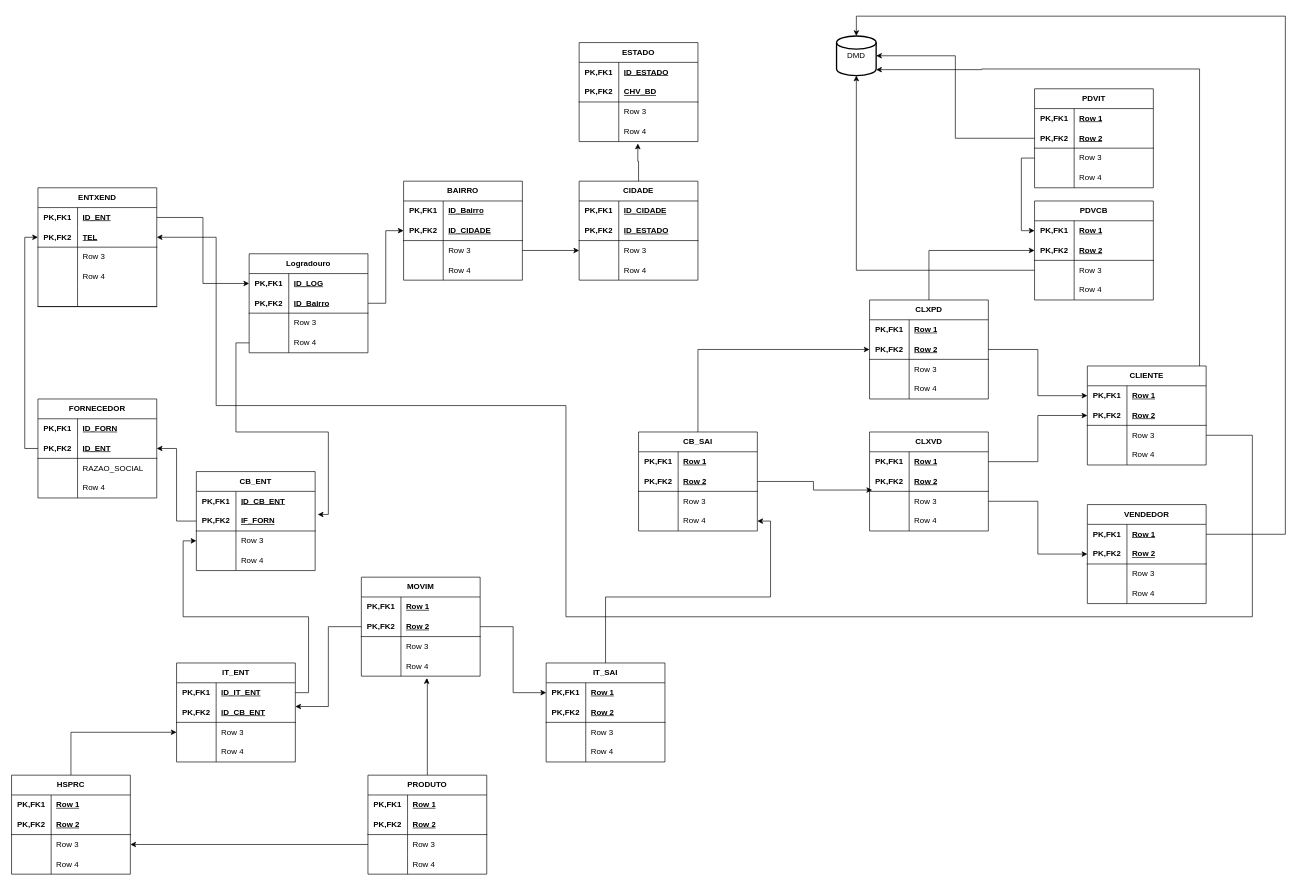
Earlier version of the draw.io diagram UML/MER.drawio (HelenaNascimento/ControleBrind). Source tidied: cells renumbered, new cells numbered last; positions are measured from the earlier drawing's top-left corner, leaving out a move shared by most shapes. Both pictures are drawn from the tidied source at 66%, with x=0, y=0 at pixel (11, 16).
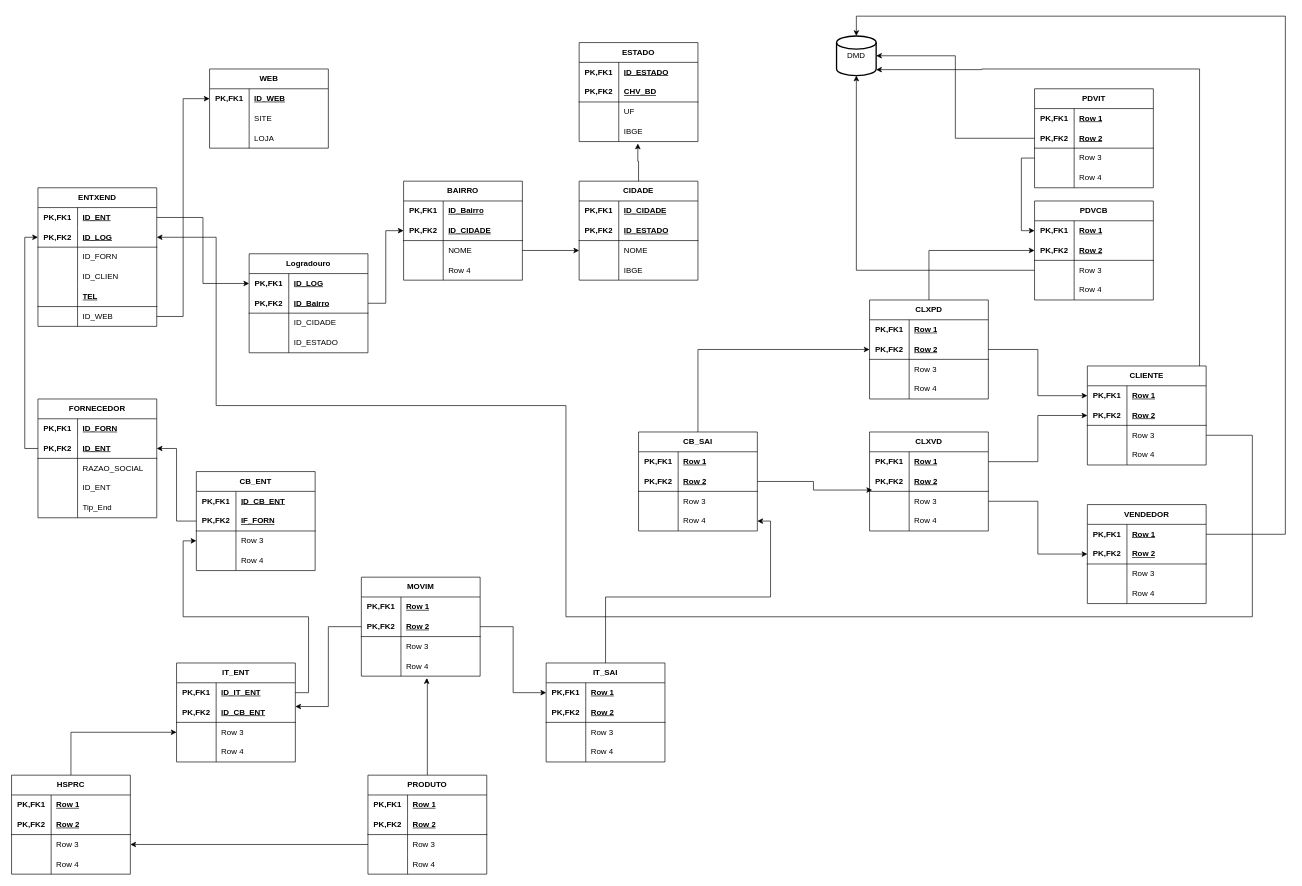
The same page after the edit.

The change refers to these unchanged cells:
```xml
<mxCell id="13" style="shape=tableRow;horizontal=0;startSize=0;swimlaneHead=0;swimlaneBody=0;fillColor=none;top=0;left=0;right=0;bottom=0;html=1;" parent="3" vertex="1">
  <mxGeometry y="120" width="180" height="30" as="geometry" />
</mxCell>
<mxCell id="60" style="shape=tableRow;horizontal=0;startSize=0;swimlaneHead=0;swimlaneBody=0;fillColor=none;points=[[0,0.5],[1,0.5]];portConstraint=eastwest;top=0;left=0;right=0;bottom=1;html=1;" parent="56" vertex="1">
  <mxGeometry y="60" width="180" height="30" as="geometry" />
</mxCell>
<mxCell id="211" style="shape=tableRow;horizontal=0;startSize=0;swimlaneHead=0;swimlaneBody=0;fillColor=none;points=[[0,0.5],[1,0.5]];portConstraint=eastwest;top=0;left=0;right=0;bottom=0;html=1;" parent="204" vertex="1">
  <mxGeometry y="90" width="180" height="30" as="geometry" />
</mxCell>
<mxCell id="224" style="shape=tableRow;horizontal=0;startSize=0;swimlaneHead=0;swimlaneBody=0;fillColor=none;points=[[0,0.5],[1,0.5]];portConstraint=eastwest;top=0;left=0;right=0;bottom=0;html=1;" parent="217" vertex="1">
  <mxGeometry y="90" width="180" height="30" as="geometry" />
</mxCell>
<mxCell id="227" style="shape=tableRow;horizontal=0;startSize=0;swimlaneHead=0;swimlaneBody=0;fillColor=none;top=0;left=0;right=0;bottom=0;html=1;" parent="217" vertex="1">
  <mxGeometry y="120" width="180" height="30" as="geometry" />
</mxCell>
<mxCell id="237" style="shape=tableRow;horizontal=0;startSize=0;swimlaneHead=0;swimlaneBody=0;fillColor=none;top=0;left=0;right=0;bottom=0;html=1;" parent="230" vertex="1">
  <mxGeometry y="90" width="180" height="30" as="geometry" />
</mxCell>
<mxCell id="240" style="shape=tableRow;horizontal=0;startSize=0;swimlaneHead=0;swimlaneBody=0;fillColor=none;points=[[0,0.5],[1,0.5]];portConstraint=eastwest;top=0;left=0;right=0;bottom=0;html=1;" parent="230" vertex="1">
  <mxGeometry y="120" width="180" height="30" as="geometry" />
</mxCell>
<mxCell id="252" style="shape=tableRow;horizontal=0;startSize=0;swimlaneHead=0;swimlaneBody=0;fillColor=none;top=0;left=0;right=0;bottom=0;html=1;" parent="245" vertex="1">
  <mxGeometry y="90" width="180" height="30" as="geometry" />
</mxCell>
<mxCell id="255" style="shape=tableRow;horizontal=0;startSize=0;swimlaneHead=0;swimlaneBody=0;fillColor=none;points=[[0,0.5],[1,0.5]];portConstraint=eastwest;top=0;left=0;right=0;bottom=0;html=1;" parent="245" vertex="1">
  <mxGeometry y="120" width="180" height="30" as="geometry" />
</mxCell>
<mxCell id="267" style="shape=tableRow;horizontal=0;startSize=0;swimlaneHead=0;swimlaneBody=0;fillColor=none;points=[[0,0.5],[1,0.5]];portConstraint=eastwest;top=0;left=0;right=0;bottom=1;html=1;" parent="263" vertex="1">
  <mxGeometry y="60" width="180" height="30" as="geometry" />
</mxCell>
<mxCell id="270" style="shape=tableRow;horizontal=0;startSize=0;swimlaneHead=0;swimlaneBody=0;fillColor=none;top=0;left=0;right=0;bottom=0;html=1;" parent="263" vertex="1">
  <mxGeometry y="90" width="180" height="30" as="geometry" />
</mxCell>
<mxCell id="273" style="shape=tableRow;horizontal=0;startSize=0;swimlaneHead=0;swimlaneBody=0;fillColor=none;top=0;left=0;right=0;bottom=0;html=1;" parent="263" vertex="1">
  <mxGeometry y="120" width="180" height="30" as="geometry" />
</mxCell>
<mxCell id="276" style="shape=tableRow;horizontal=0;startSize=0;swimlaneHead=0;swimlaneBody=0;fillColor=none;top=0;left=0;right=0;bottom=1;html=1;" parent="263" vertex="1">
  <mxGeometry y="150" width="180" height="30" as="geometry" />
</mxCell>
```

Change to the diagram source:
```diff
@@
     <mxCell id="3" value="FORNECEDOR" style="shape=table;startSize=30;childLayout=tableLayout;rowLines=0;fontStyle=1;align=center;html=1;whiteSpace=wrap;" parent="1" vertex="1">
-      <mxGeometry x="40" y="580" width="180" height="150" as="geometry" />
+      <mxGeometry x="40" y="580" width="180" height="180" as="geometry" />
     </mxCell>
@@
-    <mxCell id="15" value="Row 4" style="shape=partialRectangle;fillColor=none;top=0;left=0;bottom=0;right=0;align=left;spacingLeft=6;overflow=hidden;html=1;whiteSpace=wrap;" parent="13" vertex="1">
+    <mxCell id="15" value="ID_ENT" style="shape=partialRectangle;fillColor=none;top=0;left=0;bottom=0;right=0;align=left;spacingLeft=6;overflow=hidden;html=1;whiteSpace=wrap;" parent="13" vertex="1">
       <mxGeometry x="60" width="120" height="30" as="geometry" />
     </mxCell>
+    <mxCell id="279" style="shape=tableRow;horizontal=0;startSize=0;swimlaneHead=0;swimlaneBody=0;fillColor=none;top=0;left=0;right=0;bottom=0;html=1;" parent="3" vertex="1">
+      <mxGeometry y="150" width="180" height="30" as="geometry" />
+    </mxCell>
+    <mxCell id="280" style="shape=partialRectangle;fillColor=none;top=0;left=0;bottom=0;right=0;overflow=hidden;html=1;whiteSpace=wrap;" parent="279" vertex="1">
+      <mxGeometry width="60" height="30" as="geometry" />
+    </mxCell>
+    <mxCell id="281" value="Tip_End" style="shape=partialRectangle;fillColor=none;top=0;left=0;bottom=0;right=0;align=left;spacingLeft=6;overflow=hidden;html=1;whiteSpace=wrap;" parent="279" vertex="1">
+      <mxGeometry x="60" width="120" height="30" as="geometry" />
+    </mxCell>
@@
-    <mxCell id="213" value="Row 3" style="shape=partialRectangle;fillColor=none;top=0;left=0;bottom=0;right=0;align=left;spacingLeft=6;overflow=hidden;html=1;whiteSpace=wrap;" parent="211" vertex="1">
+    <mxCell id="213" value="NOME" style="shape=partialRectangle;fillColor=none;top=0;left=0;bottom=0;right=0;align=left;spacingLeft=6;overflow=hidden;html=1;whiteSpace=wrap;" parent="211" vertex="1">
       <mxGeometry x="60" width="120" height="30" as="geometry" />
     </mxCell>
@@
-    <mxCell id="226" value="Row 3" style="shape=partialRectangle;fillColor=none;top=0;left=0;bottom=0;right=0;align=left;spacingLeft=6;overflow=hidden;html=1;whiteSpace=wrap;" parent="224" vertex="1">
+    <mxCell id="226" value="NOME" style="shape=partialRectangle;fillColor=none;top=0;left=0;bottom=0;right=0;align=left;spacingLeft=6;overflow=hidden;html=1;whiteSpace=wrap;" parent="224" vertex="1">
       <mxGeometry x="60" width="120" height="30" as="geometry" />
     </mxCell>
@@
-    <mxCell id="229" value="Row 4" style="shape=partialRectangle;fillColor=none;top=0;left=0;bottom=0;right=0;align=left;spacingLeft=6;overflow=hidden;html=1;whiteSpace=wrap;" parent="227" vertex="1">
+    <mxCell id="229" value="IBGE" style="shape=partialRectangle;fillColor=none;top=0;left=0;bottom=0;right=0;align=left;spacingLeft=6;overflow=hidden;html=1;whiteSpace=wrap;" parent="227" vertex="1">
       <mxGeometry x="60" width="120" height="30" as="geometry" />
     </mxCell>
@@
-    <mxCell id="239" value="Row 3" style="shape=partialRectangle;fillColor=none;top=0;left=0;bottom=0;right=0;align=left;spacingLeft=6;overflow=hidden;html=1;whiteSpace=wrap;" parent="237" vertex="1">
+    <mxCell id="239" value="UF" style="shape=partialRectangle;fillColor=none;top=0;left=0;bottom=0;right=0;align=left;spacingLeft=6;overflow=hidden;html=1;whiteSpace=wrap;" parent="237" vertex="1">
       <mxGeometry x="60" width="120" height="30" as="geometry" />
     </mxCell>
@@
-    <mxCell id="242" value="Row 4" style="shape=partialRectangle;fillColor=none;top=0;left=0;bottom=0;right=0;align=left;spacingLeft=6;overflow=hidden;html=1;whiteSpace=wrap;" parent="240" vertex="1">
+    <mxCell id="242" value="IBGE" style="shape=partialRectangle;fillColor=none;top=0;left=0;bottom=0;right=0;align=left;spacingLeft=6;overflow=hidden;html=1;whiteSpace=wrap;" parent="240" vertex="1">
       <mxGeometry x="60" width="120" height="30" as="geometry" />
     </mxCell>
@@
-    <mxCell id="254" value="Row 3" style="shape=partialRectangle;fillColor=none;top=0;left=0;bottom=0;right=0;align=left;spacingLeft=6;overflow=hidden;html=1;whiteSpace=wrap;" parent="252" vertex="1">
+    <mxCell id="254" value="ID_CIDADE" style="shape=partialRectangle;fillColor=none;top=0;left=0;bottom=0;right=0;align=left;spacingLeft=6;overflow=hidden;html=1;whiteSpace=wrap;" parent="252" vertex="1">
       <mxGeometry x="60" width="120" height="30" as="geometry" />
     </mxCell>
@@
-    <mxCell id="257" value="Row 4" style="shape=partialRectangle;fillColor=none;top=0;left=0;bottom=0;right=0;align=left;spacingLeft=6;overflow=hidden;html=1;whiteSpace=wrap;" parent="255" vertex="1">
+    <mxCell id="257" value="ID_ESTADO" style="shape=partialRectangle;fillColor=none;top=0;left=0;bottom=0;right=0;align=left;spacingLeft=6;overflow=hidden;html=1;whiteSpace=wrap;" parent="255" vertex="1">
       <mxGeometry x="60" width="120" height="30" as="geometry" />
     </mxCell>
@@
-    <mxCell id="260" style="edgeStyle=orthogonalEdgeStyle;rounded=0;jettySize=auto;html=1;entryX=1.022;entryY=0.167;entryDx=0;entryDy=0;entryPerimeter=0;" parent="1" edge="1" source="255" target="60">
-      <mxGeometry relative="1" as="geometry" />
-    </mxCell>
@@
     <mxCell id="263" value="ENTXEND" style="shape=table;startSize=30;childLayout=tableLayout;rowLines=0;fontStyle=1;align=center;html=1;whiteSpace=wrap;" parent="1" vertex="1">
-      <mxGeometry x="40" y="260" width="180" height="180" as="geometry" />
+      <mxGeometry x="40" y="260" width="180" height="210" as="geometry" />
     </mxCell>
@@
-    <mxCell id="269" value="TEL" style="shape=partialRectangle;fillColor=none;top=0;left=0;bottom=0;right=0;align=left;spacingLeft=6;fontStyle=5;overflow=hidden;html=1;whiteSpace=wrap;" parent="267" vertex="1">
+    <mxCell id="269" value="ID_LOG" style="shape=partialRectangle;fillColor=none;top=0;left=0;bottom=0;right=0;align=left;spacingLeft=6;fontStyle=5;overflow=hidden;html=1;whiteSpace=wrap;" parent="267" vertex="1">
       <mxGeometry x="60" width="120" height="30" as="geometry" />
     </mxCell>
@@
-    <mxCell id="272" value="Row 3" style="shape=partialRectangle;fillColor=none;top=0;left=0;bottom=0;right=0;align=left;spacingLeft=6;overflow=hidden;html=1;whiteSpace=wrap;" parent="270" vertex="1">
+    <mxCell id="272" value="ID_FORN" style="shape=partialRectangle;fillColor=none;top=0;left=0;bottom=0;right=0;align=left;spacingLeft=6;overflow=hidden;html=1;whiteSpace=wrap;" parent="270" vertex="1">
       <mxGeometry x="60" width="120" height="30" as="geometry" />
     </mxCell>
@@
-    <mxCell id="275" value="Row 4" style="shape=partialRectangle;fillColor=none;top=0;left=0;bottom=0;right=0;align=left;spacingLeft=6;overflow=hidden;html=1;whiteSpace=wrap;" parent="273" vertex="1">
+    <mxCell id="275" value="ID_CLIEN" style="shape=partialRectangle;fillColor=none;top=0;left=0;bottom=0;right=0;align=left;spacingLeft=6;overflow=hidden;html=1;whiteSpace=wrap;" parent="273" vertex="1">
       <mxGeometry x="60" width="120" height="30" as="geometry" />
     </mxCell>
@@
-    <mxCell id="278" style="shape=partialRectangle;fillColor=none;top=0;left=0;bottom=0;right=0;align=left;spacingLeft=6;fontStyle=5;overflow=hidden;html=1;whiteSpace=wrap;" parent="276" vertex="1">
+    <mxCell id="278" value="TEL" style="shape=partialRectangle;fillColor=none;top=0;left=0;bottom=0;right=0;align=left;spacingLeft=6;fontStyle=5;overflow=hidden;html=1;whiteSpace=wrap;" parent="276" vertex="1">
       <mxGeometry x="60" width="120" height="30" as="geometry" />
     </mxCell>
+    <mxCell id="282" style="shape=tableRow;horizontal=0;startSize=0;swimlaneHead=0;swimlaneBody=0;fillColor=none;points=[[0,0.5],[1,0.5]];portConstraint=eastwest;top=0;left=0;right=0;bottom=0;html=1;" parent="263" vertex="1">
+      <mxGeometry y="180" width="180" height="30" as="geometry" />
+    </mxCell>
+    <mxCell id="283" style="shape=partialRectangle;fillColor=none;top=0;left=0;bottom=0;right=0;overflow=hidden;html=1;whiteSpace=wrap;" parent="282" vertex="1">
+      <mxGeometry width="60" height="30" as="geometry" />
+    </mxCell>
+    <mxCell id="284" value="ID_WEB" style="shape=partialRectangle;fillColor=none;top=0;left=0;bottom=0;right=0;align=left;spacingLeft=6;overflow=hidden;html=1;whiteSpace=wrap;" parent="282" vertex="1">
+      <mxGeometry x="60" width="120" height="30" as="geometry" />
+    </mxCell>
+    <mxCell id="285" value="WEB" style="shape=table;startSize=30;childLayout=tableLayout;rowLines=0;fontStyle=1;align=center;html=1;whiteSpace=wrap;" parent="1" vertex="1">
+      <mxGeometry x="300" y="80" width="180" height="120" as="geometry" />
+    </mxCell>
+    <mxCell id="286" style="shape=tableRow;horizontal=0;startSize=0;swimlaneHead=0;swimlaneBody=0;fillColor=none;points=[[0,0.5],[1,0.5]];portConstraint=eastwest;top=0;left=0;right=0;bottom=0;html=1;" parent="285" vertex="1">
+      <mxGeometry y="30" width="180" height="30" as="geometry" />
+    </mxCell>
+    <mxCell id="287" value="PK,FK1" style="shape=partialRectangle;fillColor=none;top=0;left=0;bottom=0;right=0;fontStyle=1;overflow=hidden;html=1;whiteSpace=wrap;" parent="286" vertex="1">
+      <mxGeometry width="60" height="30" as="geometry" />
+    </mxCell>
+    <mxCell id="288" value="ID_WEB" style="shape=partialRectangle;fillColor=none;top=0;left=0;bottom=0;right=0;align=left;spacingLeft=6;fontStyle=5;overflow=hidden;html=1;whiteSpace=wrap;" parent="286" vertex="1">
+      <mxGeometry x="60" width="120" height="30" as="geometry" />
+    </mxCell>
+    <mxCell id="289" style="shape=tableRow;horizontal=0;startSize=0;swimlaneHead=0;swimlaneBody=0;fillColor=none;top=0;left=0;right=0;bottom=0;html=1;" parent="285" vertex="1">
+      <mxGeometry y="60" width="180" height="30" as="geometry" />
+    </mxCell>
+    <mxCell id="290" style="shape=partialRectangle;fillColor=none;top=0;left=0;bottom=0;right=0;overflow=hidden;html=1;whiteSpace=wrap;" parent="289" vertex="1">
+      <mxGeometry width="60" height="30" as="geometry" />
+    </mxCell>
+    <mxCell id="291" value="SITE" style="shape=partialRectangle;fillColor=none;top=0;left=0;bottom=0;right=0;align=left;spacingLeft=6;overflow=hidden;html=1;whiteSpace=wrap;" parent="289" vertex="1">
+      <mxGeometry x="60" width="120" height="30" as="geometry" />
+    </mxCell>
+    <mxCell id="292" style="shape=tableRow;horizontal=0;startSize=0;swimlaneHead=0;swimlaneBody=0;fillColor=none;top=0;left=0;right=0;bottom=0;html=1;" parent="285" vertex="1">
+      <mxGeometry y="90" width="180" height="30" as="geometry" />
+    </mxCell>
+    <mxCell id="293" style="shape=partialRectangle;fillColor=none;top=0;left=0;bottom=0;right=0;overflow=hidden;html=1;whiteSpace=wrap;" parent="292" vertex="1">
+      <mxGeometry width="60" height="30" as="geometry" />
+    </mxCell>
+    <mxCell id="294" value="LOJA" style="shape=partialRectangle;fillColor=none;top=0;left=0;bottom=0;right=0;align=left;spacingLeft=6;overflow=hidden;html=1;whiteSpace=wrap;" parent="292" vertex="1">
+      <mxGeometry x="60" width="120" height="30" as="geometry" />
+    </mxCell>
+    <mxCell id="295" style="edgeStyle=orthogonalEdgeStyle;rounded=0;jettySize=auto;html=1;entryX=0;entryY=0.5;entryDx=0;entryDy=0;" parent="1" edge="1" source="282" target="286">
+      <mxGeometry relative="1" as="geometry" />
+    </mxCell>
```
